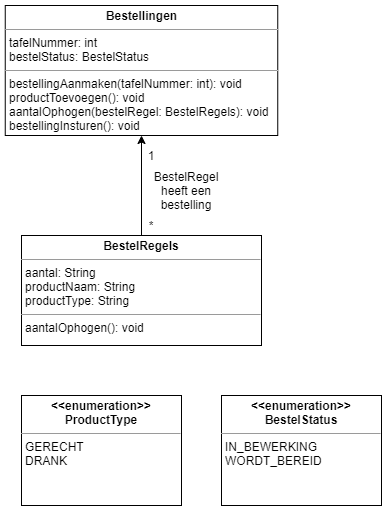
Before: documentatie/klasse/klasse-totaal.drawio.png, a diagram exported from draw.io (Armaniimus/ARE_Galaxy-burger). Source tidied: cells renumbered, new cells last; positions are measured from the earlier drawing's top-left corner, leaving out a move shared by most shapes.
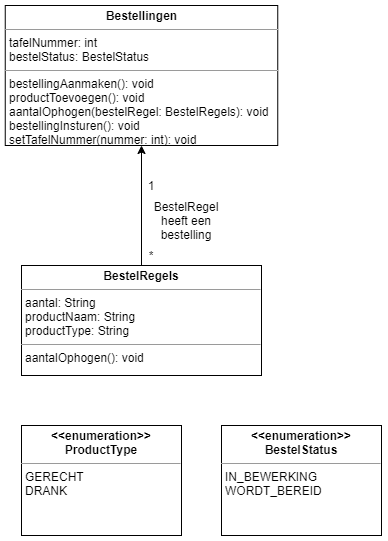
After the commit.

Diff of the diagram source:
```diff
@@ -5,8 +5,8 @@
     <mxCell id="2" style="edgeStyle=orthogonalEdgeStyle;rounded=0;jettySize=auto;html=1;exitX=0.5;exitY=0;exitDx=0;exitDy=0;entryX=0.5;entryY=1;entryDx=0;entryDy=0;endArrow=classic;endFill=1;" parent="1" edge="1" source="4" target="3">
       <mxGeometry relative="1" as="geometry" />
     </mxCell>
-    <mxCell id="3" value="&lt;p style=&quot;margin: 0px ; margin-top: 4px ; text-align: center&quot;&gt;&lt;b&gt;Bestellingen&lt;/b&gt;&lt;/p&gt;&lt;hr size=&quot;1&quot;&gt;&lt;p style=&quot;margin: 0px ; margin-left: 4px&quot;&gt;tafelNummer: int&lt;/p&gt;&lt;p style=&quot;margin: 0px ; margin-left: 4px&quot;&gt;bestelStatus: BestelStatus&lt;/p&gt;&lt;hr size=&quot;1&quot;&gt;&lt;p style=&quot;margin: 0px ; margin-left: 4px&quot;&gt;bestellingAanmaken(tafelNummer: int): void&lt;/p&gt;&lt;p style=&quot;margin: 0px ; margin-left: 4px&quot;&gt;productToevoegen(): void&lt;br&gt;&lt;/p&gt;&lt;p style=&quot;margin: 0px ; margin-left: 4px&quot;&gt;aantalOphogen(bestelRegel: BestelRegels&lt;span&gt;): void&lt;/span&gt;&lt;/p&gt;&lt;p style=&quot;margin: 0px ; margin-left: 4px&quot;&gt;bestellingInsturen(): void&lt;/p&gt;" style="verticalAlign=top;align=left;overflow=fill;fontSize=12;fontFamily=Helvetica;html=1;" parent="1" vertex="1">
-      <mxGeometry x="-0.2" width="272.5" height="130" as="geometry" />
+    <mxCell id="3" value="&lt;p style=&quot;margin: 0px ; margin-top: 4px ; text-align: center&quot;&gt;&lt;b&gt;Bestellingen&lt;/b&gt;&lt;/p&gt;&lt;hr size=&quot;1&quot;&gt;&lt;p style=&quot;margin: 0px ; margin-left: 4px&quot;&gt;tafelNummer: int&lt;/p&gt;&lt;p style=&quot;margin: 0px ; margin-left: 4px&quot;&gt;bestelStatus: BestelStatus&lt;/p&gt;&lt;hr size=&quot;1&quot;&gt;&lt;p style=&quot;margin: 0px ; margin-left: 4px&quot;&gt;bestellingAanmaken(): void&lt;/p&gt;&lt;p style=&quot;margin: 0px ; margin-left: 4px&quot;&gt;productToevoegen(): void&lt;br&gt;&lt;/p&gt;&lt;p style=&quot;margin: 0px ; margin-left: 4px&quot;&gt;aantalOphogen(bestelRegel: BestelRegels&lt;span&gt;): void&lt;/span&gt;&lt;/p&gt;&lt;p style=&quot;margin: 0px ; margin-left: 4px&quot;&gt;bestellingInsturen(): void&lt;/p&gt;&lt;p style=&quot;margin: 0px ; margin-left: 4px&quot;&gt;setTafelNummer(nummer: int): void&lt;br&gt;&lt;/p&gt;" style="verticalAlign=top;align=left;overflow=fill;fontSize=12;fontFamily=Helvetica;html=1;" parent="1" vertex="1">
+      <mxGeometry x="-0.2" y="-30" width="272.5" height="140" as="geometry" />
     </mxCell>
     <mxCell id="4" value="&lt;p style=&quot;margin: 0px ; margin-top: 4px ; text-align: center&quot;&gt;&lt;b&gt;BestelRegels&lt;/b&gt;&lt;/p&gt;&lt;hr size=&quot;1&quot;&gt;&lt;p style=&quot;margin: 0px ; margin-left: 4px&quot;&gt;aantal: String&lt;/p&gt;&lt;p style=&quot;margin: 0px ; margin-left: 4px&quot;&gt;productNaam: String&lt;br&gt;&lt;/p&gt;&lt;p style=&quot;margin: 0px ; margin-left: 4px&quot;&gt;productType: String&lt;br&gt;&lt;/p&gt;&lt;hr size=&quot;1&quot;&gt;&lt;p style=&quot;margin: 0px ; margin-left: 4px&quot;&gt;aantalOphogen(): void&lt;/p&gt;" style="verticalAlign=top;align=left;overflow=fill;fontSize=12;fontFamily=Helvetica;html=1;" parent="1" vertex="1">
       <mxGeometry x="16" y="230" width="240" height="110" as="geometry" />
```
